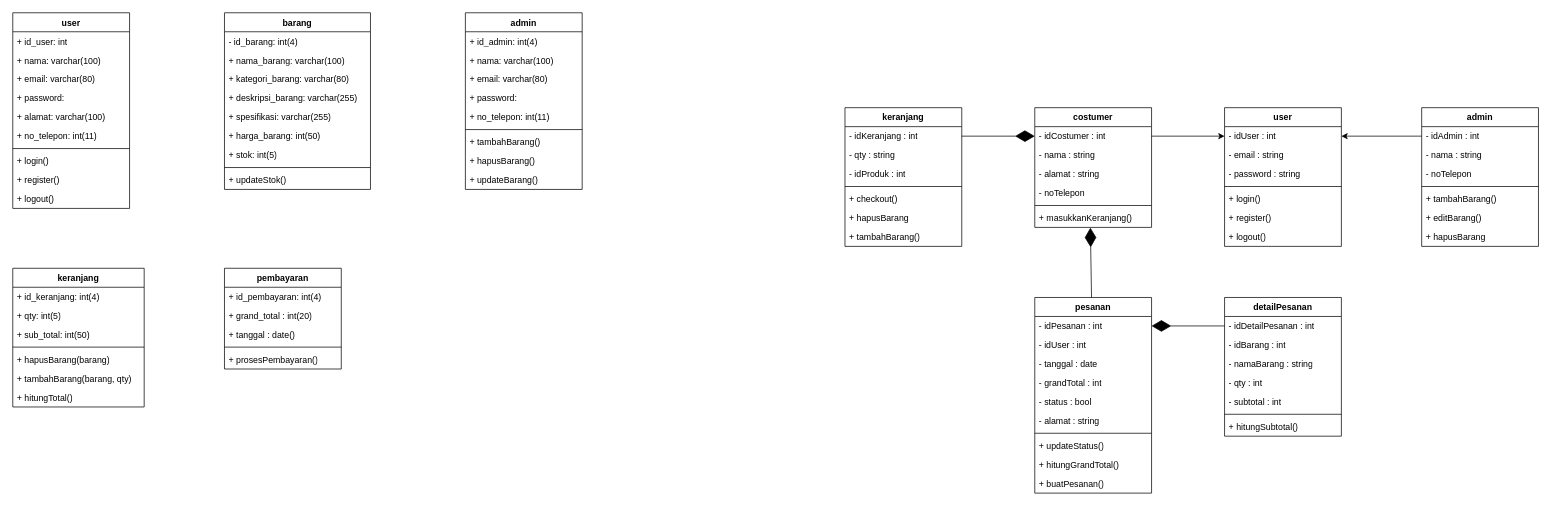
Above: Class-Diagram-Ecommerce-Elektronik.drawio in zerocode0806/Flowchart-E-Comerce-Elektronik (draw.io), before the change. Source tidied: cells renumbered, new cells numbered last; positions are measured from the earlier drawing's top-left corner, leaving out a move shared by most shapes. Both pictures are drawn from the tidied source at 73%, with x=0, y=0 at pixel (12, 12).
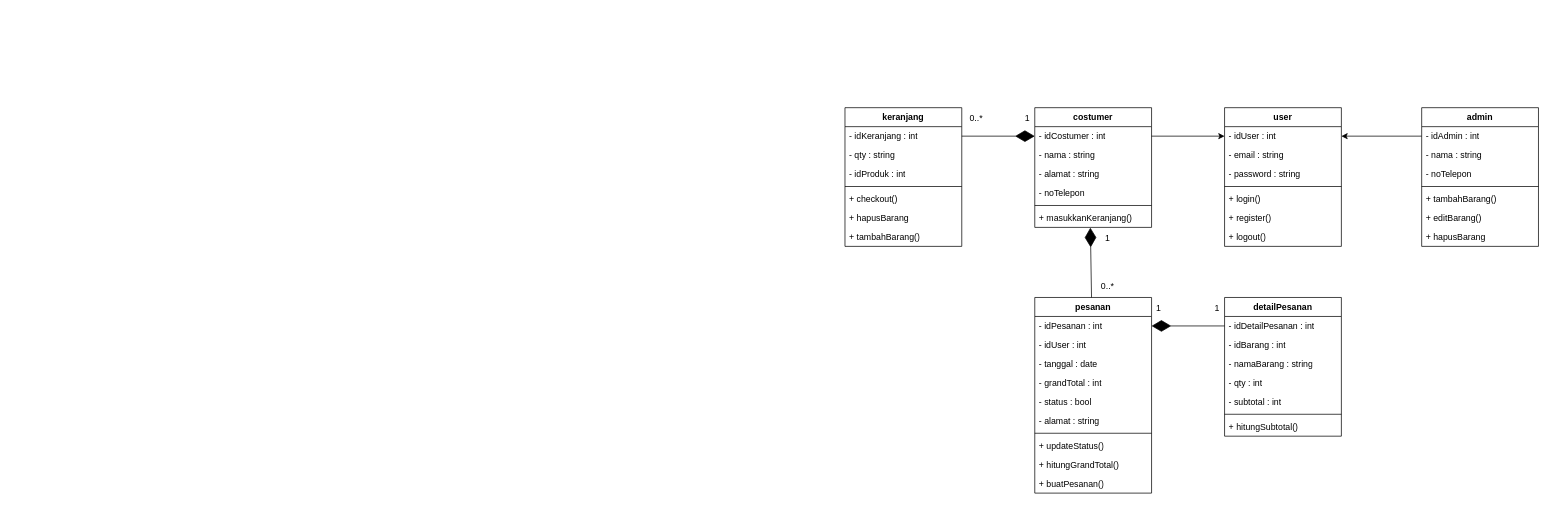
The same page after the edit.

Diff of the diagram source:
```diff
@@
-    <mxCell id="2" value="user" style="swimlane;fontStyle=1;align=center;verticalAlign=top;horizontal=1;startSize=26;whiteSpace=wrap;html=1;" parent="1" vertex="1">
-      <mxGeometry width="160" height="268" as="geometry" />
-    </mxCell>
-    <mxCell id="3" value="+ id_user: int" style="text;strokeColor=none;fillColor=none;align=left;verticalAlign=top;spacingLeft=4;spacingRight=4;overflow=hidden;whiteSpace=wrap;html=1;" parent="2" vertex="1">
-      <mxGeometry y="26" width="160" height="26" as="geometry" />
-    </mxCell>
-    <mxCell id="4" value="+ nama: varchar(100)" style="text;strokeColor=none;fillColor=none;align=left;verticalAlign=top;spacingLeft=4;spacingRight=4;overflow=hidden;whiteSpace=wrap;html=1;" parent="2" vertex="1">
-      <mxGeometry y="52" width="160" height="26" as="geometry" />
-    </mxCell>
-    <mxCell id="5" value="+ email: varchar(80)" style="text;strokeColor=none;fillColor=none;align=left;verticalAlign=top;spacingLeft=4;spacingRight=4;overflow=hidden;whiteSpace=wrap;html=1;" parent="2" vertex="1">
-      <mxGeometry y="78" width="160" height="26" as="geometry" />
-    </mxCell>
-    <mxCell id="6" value="+ password:&amp;nbsp;" style="text;strokeColor=none;fillColor=none;align=left;verticalAlign=top;spacingLeft=4;spacingRight=4;overflow=hidden;whiteSpace=wrap;html=1;" parent="2" vertex="1">
-      <mxGeometry y="104" width="160" height="26" as="geometry" />
-    </mxCell>
-    <mxCell id="7" value="+ alamat: varchar(100)" style="text;strokeColor=none;fillColor=none;align=left;verticalAlign=top;spacingLeft=4;spacingRight=4;overflow=hidden;whiteSpace=wrap;html=1;" parent="2" vertex="1">
-      <mxGeometry y="130" width="160" height="26" as="geometry" />
-    </mxCell>
-    <mxCell id="8" value="+ no_telepon: int(11)" style="text;strokeColor=none;fillColor=none;align=left;verticalAlign=top;spacingLeft=4;spacingRight=4;overflow=hidden;whiteSpace=wrap;html=1;" parent="2" vertex="1">
-      <mxGeometry y="156" width="160" height="26" as="geometry" />
-    </mxCell>
-    <mxCell id="9" style="line;strokeWidth=1;fillColor=none;align=left;verticalAlign=middle;spacingTop=-1;spacingLeft=3;spacingRight=3;labelPosition=right;strokeColor=inherit;" parent="2" vertex="1">
-      <mxGeometry y="182" width="160" height="8" as="geometry" />
-    </mxCell>
-    <mxCell id="10" value="+ login()" style="text;strokeColor=none;fillColor=none;align=left;verticalAlign=top;spacingLeft=4;spacingRight=4;overflow=hidden;whiteSpace=wrap;html=1;" parent="2" vertex="1">
-      <mxGeometry y="190" width="160" height="26" as="geometry" />
-    </mxCell>
-    <mxCell id="11" value="+ register()" style="text;strokeColor=none;fillColor=none;align=left;verticalAlign=top;spacingLeft=4;spacingRight=4;overflow=hidden;whiteSpace=wrap;html=1;" parent="2" vertex="1">
-      <mxGeometry y="216" width="160" height="26" as="geometry" />
-    </mxCell>
-    <mxCell id="12" value="+ logout()" style="text;strokeColor=none;fillColor=none;align=left;verticalAlign=top;spacingLeft=4;spacingRight=4;overflow=hidden;whiteSpace=wrap;html=1;" parent="2" vertex="1">
-      <mxGeometry y="242" width="160" height="26" as="geometry" />
-    </mxCell>
-    <mxCell id="13" value="barang" style="swimlane;fontStyle=1;align=center;verticalAlign=top;horizontal=1;startSize=26;whiteSpace=wrap;html=1;" parent="1" vertex="1">
-      <mxGeometry x="290" width="200" height="242" as="geometry" />
-    </mxCell>
-    <mxCell id="14" value="- id_barang: int(4)" style="text;strokeColor=none;fillColor=none;align=left;verticalAlign=top;spacingLeft=4;spacingRight=4;overflow=hidden;whiteSpace=wrap;html=1;" parent="13" vertex="1">
-      <mxGeometry y="26" width="200" height="26" as="geometry" />
-    </mxCell>
-    <mxCell id="15" value="+ nama_barang: varchar(100)" style="text;strokeColor=none;fillColor=none;align=left;verticalAlign=top;spacingLeft=4;spacingRight=4;overflow=hidden;whiteSpace=wrap;html=1;" parent="13" vertex="1">
-      <mxGeometry y="52" width="200" height="26" as="geometry" />
-    </mxCell>
-    <mxCell id="16" value="+ kategori_barang: varchar(80)" style="text;strokeColor=none;fillColor=none;align=left;verticalAlign=top;spacingLeft=4;spacingRight=4;overflow=hidden;whiteSpace=wrap;html=1;" parent="13" vertex="1">
-      <mxGeometry y="78" width="200" height="26" as="geometry" />
-    </mxCell>
-    <mxCell id="17" value="+ deskripsi_barang: varchar(255)" style="text;strokeColor=none;fillColor=none;align=left;verticalAlign=top;spacingLeft=4;spacingRight=4;overflow=hidden;whiteSpace=wrap;html=1;" parent="13" vertex="1">
-      <mxGeometry y="104" width="200" height="26" as="geometry" />
-    </mxCell>
-    <mxCell id="18" value="+ spesifikasi: varchar(255)" style="text;strokeColor=none;fillColor=none;align=left;verticalAlign=top;spacingLeft=4;spacingRight=4;overflow=hidden;whiteSpace=wrap;html=1;" parent="13" vertex="1">
-      <mxGeometry y="130" width="200" height="26" as="geometry" />
-    </mxCell>
-    <mxCell id="19" value="+ harga_barang: int(50)" style="text;strokeColor=none;fillColor=none;align=left;verticalAlign=top;spacingLeft=4;spacingRight=4;overflow=hidden;whiteSpace=wrap;html=1;" parent="13" vertex="1">
-      <mxGeometry y="156" width="200" height="26" as="geometry" />
-    </mxCell>
-    <mxCell id="20" value="+ stok: int(5)" style="text;strokeColor=none;fillColor=none;align=left;verticalAlign=top;spacingLeft=4;spacingRight=4;overflow=hidden;whiteSpace=wrap;html=1;" parent="13" vertex="1">
-      <mxGeometry y="182" width="200" height="26" as="geometry" />
-    </mxCell>
-    <mxCell id="21" style="line;strokeWidth=1;fillColor=none;align=left;verticalAlign=middle;spacingTop=-1;spacingLeft=3;spacingRight=3;labelPosition=right;strokeColor=inherit;" parent="13" vertex="1">
-      <mxGeometry y="208" width="200" height="8" as="geometry" />
-    </mxCell>
-    <mxCell id="22" value="+&amp;nbsp;updateStok()" style="text;strokeColor=none;fillColor=none;align=left;verticalAlign=top;spacingLeft=4;spacingRight=4;overflow=hidden;whiteSpace=wrap;html=1;" parent="13" vertex="1">
-      <mxGeometry y="216" width="200" height="26" as="geometry" />
-    </mxCell>
-    <mxCell id="23" value="admin" style="swimlane;fontStyle=1;align=center;verticalAlign=top;horizontal=1;startSize=26;whiteSpace=wrap;html=1;" parent="1" vertex="1">
-      <mxGeometry x="620" width="160" height="242" as="geometry" />
-    </mxCell>
-    <mxCell id="24" value="+ id_admin: int(4)" style="text;strokeColor=none;fillColor=none;align=left;verticalAlign=top;spacingLeft=4;spacingRight=4;overflow=hidden;whiteSpace=wrap;html=1;" parent="23" vertex="1">
-      <mxGeometry y="26" width="160" height="26" as="geometry" />
-    </mxCell>
-    <mxCell id="25" value="+ nama: varchar(100)" style="text;strokeColor=none;fillColor=none;align=left;verticalAlign=top;spacingLeft=4;spacingRight=4;overflow=hidden;whiteSpace=wrap;html=1;" parent="23" vertex="1">
-      <mxGeometry y="52" width="160" height="26" as="geometry" />
-    </mxCell>
-    <mxCell id="26" value="+ email: varchar(80)" style="text;strokeColor=none;fillColor=none;align=left;verticalAlign=top;spacingLeft=4;spacingRight=4;overflow=hidden;whiteSpace=wrap;html=1;" parent="23" vertex="1">
-      <mxGeometry y="78" width="160" height="26" as="geometry" />
-    </mxCell>
-    <mxCell id="27" value="+ password:&amp;nbsp;" style="text;strokeColor=none;fillColor=none;align=left;verticalAlign=top;spacingLeft=4;spacingRight=4;overflow=hidden;whiteSpace=wrap;html=1;" parent="23" vertex="1">
-      <mxGeometry y="104" width="160" height="26" as="geometry" />
-    </mxCell>
-    <mxCell id="28" value="+ no_telepon: int(11)" style="text;strokeColor=none;fillColor=none;align=left;verticalAlign=top;spacingLeft=4;spacingRight=4;overflow=hidden;whiteSpace=wrap;html=1;" parent="23" vertex="1">
-      <mxGeometry y="130" width="160" height="26" as="geometry" />
-    </mxCell>
-    <mxCell id="29" style="line;strokeWidth=1;fillColor=none;align=left;verticalAlign=middle;spacingTop=-1;spacingLeft=3;spacingRight=3;labelPosition=right;strokeColor=inherit;" parent="23" vertex="1">
-      <mxGeometry y="156" width="160" height="8" as="geometry" />
-    </mxCell>
-    <mxCell id="30" value="+&amp;nbsp;tambahBarang()" style="text;strokeColor=none;fillColor=none;align=left;verticalAlign=top;spacingLeft=4;spacingRight=4;overflow=hidden;whiteSpace=wrap;html=1;" parent="23" vertex="1">
-      <mxGeometry y="164" width="160" height="26" as="geometry" />
-    </mxCell>
-    <mxCell id="31" value="+ hapusBarang()" style="text;strokeColor=none;fillColor=none;align=left;verticalAlign=top;spacingLeft=4;spacingRight=4;overflow=hidden;whiteSpace=wrap;html=1;" parent="23" vertex="1">
-      <mxGeometry y="190" width="160" height="26" as="geometry" />
-    </mxCell>
-    <mxCell id="32" value="+ updateBarang()" style="text;strokeColor=none;fillColor=none;align=left;verticalAlign=top;spacingLeft=4;spacingRight=4;overflow=hidden;whiteSpace=wrap;html=1;" parent="23" vertex="1">
-      <mxGeometry y="216" width="160" height="26" as="geometry" />
-    </mxCell>
-    <mxCell id="33" value="keranjang" style="swimlane;fontStyle=1;align=center;verticalAlign=top;horizontal=1;startSize=26;whiteSpace=wrap;html=1;" parent="1" vertex="1">
-      <mxGeometry y="350" width="180" height="190" as="geometry" />
-    </mxCell>
-    <mxCell id="34" value="+ id_keranjang: int(4)" style="text;strokeColor=none;fillColor=none;align=left;verticalAlign=top;spacingLeft=4;spacingRight=4;overflow=hidden;whiteSpace=wrap;html=1;" parent="33" vertex="1">
-      <mxGeometry y="26" width="180" height="26" as="geometry" />
-    </mxCell>
-    <mxCell id="35" value="+ qty: int(5)" style="text;strokeColor=none;fillColor=none;align=left;verticalAlign=top;spacingLeft=4;spacingRight=4;overflow=hidden;whiteSpace=wrap;html=1;" parent="33" vertex="1">
-      <mxGeometry y="52" width="180" height="26" as="geometry" />
-    </mxCell>
-    <mxCell id="36" value="+ sub_total: int(50)" style="text;strokeColor=none;fillColor=none;align=left;verticalAlign=top;spacingLeft=4;spacingRight=4;overflow=hidden;whiteSpace=wrap;html=1;" parent="33" vertex="1">
-      <mxGeometry y="78" width="180" height="26" as="geometry" />
-    </mxCell>
-    <mxCell id="37" style="line;strokeWidth=1;fillColor=none;align=left;verticalAlign=middle;spacingTop=-1;spacingLeft=3;spacingRight=3;labelPosition=right;strokeColor=inherit;" parent="33" vertex="1">
-      <mxGeometry y="104" width="180" height="8" as="geometry" />
-    </mxCell>
-    <mxCell id="38" value="+&amp;nbsp;hapusBarang(barang)" style="text;strokeColor=none;fillColor=none;align=left;verticalAlign=top;spacingLeft=4;spacingRight=4;overflow=hidden;whiteSpace=wrap;html=1;" parent="33" vertex="1">
-      <mxGeometry y="112" width="180" height="26" as="geometry" />
-    </mxCell>
-    <mxCell id="39" value="+&amp;nbsp;tambahBarang(barang, qty)" style="text;strokeColor=none;fillColor=none;align=left;verticalAlign=top;spacingLeft=4;spacingRight=4;overflow=hidden;whiteSpace=wrap;html=1;" parent="33" vertex="1">
-      <mxGeometry y="138" width="180" height="26" as="geometry" />
-    </mxCell>
-    <mxCell id="40" value="+&amp;nbsp;hitungTotal()" style="text;strokeColor=none;fillColor=none;align=left;verticalAlign=top;spacingLeft=4;spacingRight=4;overflow=hidden;whiteSpace=wrap;html=1;" parent="33" vertex="1">
-      <mxGeometry y="164" width="180" height="26" as="geometry" />
-    </mxCell>
-    <mxCell id="41" value="pembayaran" style="swimlane;fontStyle=1;align=center;verticalAlign=top;horizontal=1;startSize=26;whiteSpace=wrap;html=1;" parent="1" vertex="1">
-      <mxGeometry x="290" y="350" width="160" height="138" as="geometry" />
-    </mxCell>
-    <mxCell id="42" value="+ id_pembayaran: int(4)" style="text;strokeColor=none;fillColor=none;align=left;verticalAlign=top;spacingLeft=4;spacingRight=4;overflow=hidden;whiteSpace=wrap;html=1;" parent="41" vertex="1">
-      <mxGeometry y="26" width="160" height="26" as="geometry" />
-    </mxCell>
-    <mxCell id="43" value="+ grand_total : int(20)" style="text;strokeColor=none;fillColor=none;align=left;verticalAlign=top;spacingLeft=4;spacingRight=4;overflow=hidden;whiteSpace=wrap;html=1;" parent="41" vertex="1">
-      <mxGeometry y="52" width="160" height="26" as="geometry" />
-    </mxCell>
-    <mxCell id="44" value="+ tanggal : date()" style="text;strokeColor=none;fillColor=none;align=left;verticalAlign=top;spacingLeft=4;spacingRight=4;overflow=hidden;whiteSpace=wrap;html=1;" parent="41" vertex="1">
-      <mxGeometry y="78" width="160" height="26" as="geometry" />
-    </mxCell>
-    <mxCell id="45" style="line;strokeWidth=1;fillColor=none;align=left;verticalAlign=middle;spacingTop=-1;spacingLeft=3;spacingRight=3;labelPosition=right;strokeColor=inherit;" parent="41" vertex="1">
-      <mxGeometry y="104" width="160" height="8" as="geometry" />
-    </mxCell>
-    <mxCell id="46" value="+&amp;nbsp;prosesPembayaran()" style="text;strokeColor=none;fillColor=none;align=left;verticalAlign=top;spacingLeft=4;spacingRight=4;overflow=hidden;whiteSpace=wrap;html=1;" parent="41" vertex="1">
-      <mxGeometry y="112" width="160" height="26" as="geometry" />
-    </mxCell>
@@
+    <mxCell id="102" value="1" style="text;html=1;whiteSpace=wrap;strokeColor=none;fillColor=none;align=center;verticalAlign=middle;rounded=0;" parent="1" vertex="1">
+      <mxGeometry x="1360" y="130" width="60" height="30" as="geometry" />
+    </mxCell>
+    <mxCell id="103" value="0..*" style="text;html=1;whiteSpace=wrap;strokeColor=none;fillColor=none;align=center;verticalAlign=middle;rounded=0;" parent="1" vertex="1">
+      <mxGeometry x="1290" y="130" width="60" height="30" as="geometry" />
+    </mxCell>
+    <mxCell id="104" value="1" style="text;html=1;whiteSpace=wrap;strokeColor=none;fillColor=none;align=center;verticalAlign=middle;rounded=0;" parent="1" vertex="1">
+      <mxGeometry x="1470" y="294" width="60" height="30" as="geometry" />
+    </mxCell>
+    <mxCell id="105" value="0..*" style="text;html=1;whiteSpace=wrap;strokeColor=none;fillColor=none;align=center;verticalAlign=middle;rounded=0;" parent="1" vertex="1">
+      <mxGeometry x="1470" y="360" width="60" height="30" as="geometry" />
+    </mxCell>
+    <mxCell id="106" value="1" style="text;html=1;whiteSpace=wrap;strokeColor=none;fillColor=none;align=center;verticalAlign=middle;rounded=0;" parent="1" vertex="1">
+      <mxGeometry x="1540" y="390" width="60" height="30" as="geometry" />
+    </mxCell>
+    <mxCell id="107" value="1" style="text;html=1;whiteSpace=wrap;strokeColor=none;fillColor=none;align=center;verticalAlign=middle;rounded=0;" parent="1" vertex="1">
+      <mxGeometry x="1620" y="390" width="60" height="30" as="geometry" />
+    </mxCell>
```
